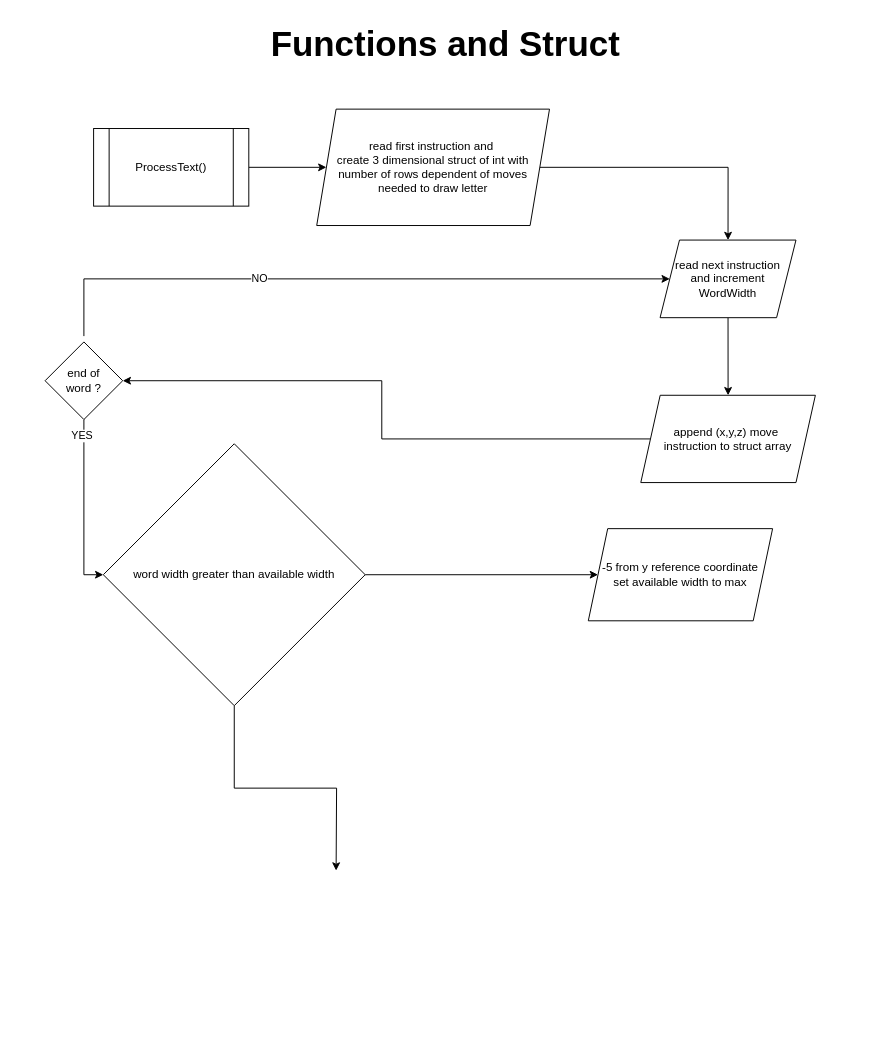
hanifadelekan/TextRobotPlanning keeps this draw.io diagram as page "Page-2" (2 of 3) of TextRobotFlowchart.drawio. Above is the earlier version. Source tidied: cells renumbered, new cells numbered last; positions are measured from the earlier drawing's top-left corner, leaving out a move shared by most shapes. Both pictures are drawn from the tidied source at 97%, with x=0, y=0 at pixel (45, 16).
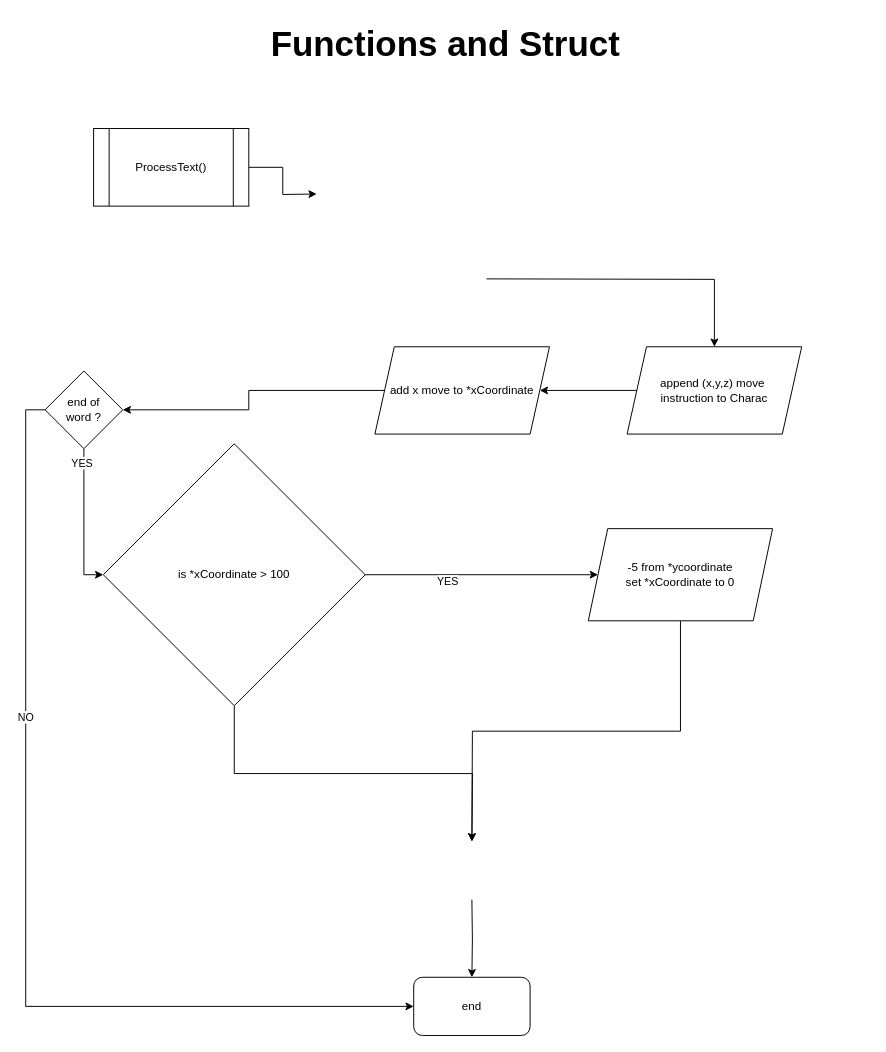
After the change.

Unchanged cells that the change refers to:
```xml
<mxCell id="3" value="ProcessText()" style="shape=process;whiteSpace=wrap;html=1;backgroundOutline=1;" parent="1" vertex="1">
  <mxGeometry x="50" y="115" width="160" height="80" as="geometry" />
</mxCell>
<mxCell id="15" style="edgeStyle=orthogonalEdgeStyle;rounded=0;jettySize=auto;html=1;exitX=1;exitY=0.5;exitDx=0;exitDy=0;" parent="1" edge="1" source="17" target="18">
  <mxGeometry relative="1" as="geometry" />
</mxCell>
```

Change to the diagram source:
```diff
@@
-    <mxCell id="2" style="edgeStyle=orthogonalEdgeStyle;rounded=0;jettySize=auto;html=1;exitX=1;exitY=0.5;exitDx=0;exitDy=0;entryX=0;entryY=0.5;entryDx=0;entryDy=0;" parent="1" edge="1" source="3" target="5">
-      <mxGeometry relative="1" as="geometry" />
+    <mxCell id="2" style="edgeStyle=orthogonalEdgeStyle;rounded=0;jettySize=auto;html=1;exitX=1;exitY=0.5;exitDx=0;exitDy=0;entryX=0;entryY=0.5;entryDx=0;entryDy=0;" parent="1" edge="1" source="3">
+      <mxGeometry relative="1" as="geometry">
+        <mxPoint x="280" y="182.5" as="targetPoint" />
+      </mxGeometry>
     </mxCell>
@@
-    <mxCell id="4" style="edgeStyle=orthogonalEdgeStyle;rounded=0;jettySize=auto;html=1;exitX=1;exitY=0.5;exitDx=0;exitDy=0;entryX=0.5;entryY=0;entryDx=0;entryDy=0;" parent="1" edge="1" source="5" target="7">
-      <mxGeometry relative="1" as="geometry" />
-    </mxCell>
-    <mxCell id="5" value="read first instruction and&amp;nbsp;&lt;div&gt;create 3 dimensional struct of int with number of rows dependent of moves needed to draw letter&lt;/div&gt;" style="shape=parallelogram;perimeter=parallelogramPerimeter;whiteSpace=wrap;html=1;fixedSize=1;" parent="1" vertex="1">
-      <mxGeometry x="280" y="95" width="240" height="120" as="geometry" />
-    </mxCell>
-    <mxCell id="6" style="edgeStyle=orthogonalEdgeStyle;rounded=0;jettySize=auto;html=1;exitX=0.5;exitY=1;exitDx=0;exitDy=0;entryX=0.5;entryY=0;entryDx=0;entryDy=0;" parent="1" edge="1" source="7" target="14">
-      <mxGeometry relative="1" as="geometry" />
-    </mxCell>
-    <mxCell id="7" value="read next instruction&lt;div&gt;and increment WordWidth&lt;/div&gt;" style="shape=parallelogram;perimeter=parallelogramPerimeter;whiteSpace=wrap;html=1;fixedSize=1;" parent="1" vertex="1">
-      <mxGeometry x="634" y="230" width="140.1" height="80" as="geometry" />
-    </mxCell>
-    <mxCell id="8" style="edgeStyle=orthogonalEdgeStyle;rounded=0;jettySize=auto;html=1;exitX=0.5;exitY=-0.075;exitDx=0;exitDy=0;entryX=0;entryY=0.5;entryDx=0;entryDy=0;exitPerimeter=0;" parent="1" edge="1" source="12" target="7">
-      <mxGeometry relative="1" as="geometry">
-        <Array as="points">
-          <mxPoint x="40" y="270" />
-        </Array>
-      </mxGeometry>
-    </mxCell>
-    <mxCell id="9" value="NO" style="edgeLabel;html=1;align=center;verticalAlign=middle;" parent="8" vertex="1">
-      <mxGeometry x="-0.28" y="1" relative="1" as="geometry" />
-    </mxCell>
+    <mxCell id="20" style="edgeStyle=orthogonalEdgeStyle;rounded=0;jettySize=auto;html=1;exitX=0.5;exitY=1;exitDx=0;exitDy=0;" parent="1" edge="1" target="14">
+      <mxGeometry relative="1" as="geometry">
+        <mxPoint x="455" y="270" as="sourcePoint" />
+      </mxGeometry>
+    </mxCell>
@@
+    <mxCell id="21" style="edgeStyle=orthogonalEdgeStyle;rounded=0;jettySize=auto;html=1;exitX=0;exitY=0.5;exitDx=0;exitDy=0;entryX=0;entryY=0.5;entryDx=0;entryDy=0;" parent="1" edge="1" source="12" target="26">
+      <mxGeometry relative="1" as="geometry" />
+    </mxCell>
+    <mxCell id="9" value="NO" style="edgeLabel;html=1;align=center;verticalAlign=middle;" parent="21" vertex="1">
+      <mxGeometry x="-0.35" y="-1" relative="1" as="geometry" />
+    </mxCell>
     <mxCell id="12" value="end of&lt;div&gt;word ?&lt;/div&gt;" style="rhombus;whiteSpace=wrap;html=1;" parent="1" vertex="1">
-      <mxGeometry y="335" width="80" height="80" as="geometry" />
+      <mxGeometry y="365" width="80" height="80" as="geometry" />
     </mxCell>
-    <mxCell id="13" style="edgeStyle=orthogonalEdgeStyle;rounded=0;jettySize=auto;html=1;exitX=0;exitY=0.5;exitDx=0;exitDy=0;entryX=1;entryY=0.5;entryDx=0;entryDy=0;" parent="1" edge="1" source="14" target="12">
+    <mxCell id="13" style="edgeStyle=orthogonalEdgeStyle;rounded=0;jettySize=auto;html=1;entryX=1;entryY=0.5;entryDx=0;entryDy=0;exitX=0;exitY=0.5;exitDx=0;exitDy=0;" parent="1" edge="1" source="27" target="12">
       <mxGeometry relative="1" as="geometry" />
     </mxCell>
+    <mxCell id="22" style="edgeStyle=orthogonalEdgeStyle;rounded=0;jettySize=auto;html=1;" parent="1" edge="1" source="14" target="27">
+      <mxGeometry relative="1" as="geometry" />
+    </mxCell>
-    <mxCell id="14" value="append (x,y,z) move&amp;nbsp;&lt;div&gt;instruction to struct array&lt;/div&gt;" style="shape=parallelogram;perimeter=parallelogramPerimeter;whiteSpace=wrap;html=1;fixedSize=1;" parent="1" vertex="1">
-      <mxGeometry x="614.1" y="390" width="180" height="90" as="geometry" />
+    <mxCell id="14" value="append (x,y,z) move&amp;nbsp;&lt;div&gt;instruction to Charac&lt;/div&gt;" style="shape=parallelogram;perimeter=parallelogramPerimeter;whiteSpace=wrap;html=1;fixedSize=1;" parent="1" vertex="1">
+      <mxGeometry x="600" y="340" width="180" height="90" as="geometry" />
     </mxCell>
@@
+    <mxCell id="23" value="YES" style="edgeLabel;html=1;align=center;verticalAlign=middle;" parent="15" vertex="1">
+      <mxGeometry x="-0.3" y="-6" relative="1" as="geometry" />
+    </mxCell>
-    <mxCell id="16" style="edgeStyle=orthogonalEdgeStyle;rounded=0;jettySize=auto;html=1;exitX=0.5;exitY=1;exitDx=0;exitDy=0;" parent="1" edge="1" source="17">
+    <mxCell id="16" style="edgeStyle=orthogonalEdgeStyle;rounded=0;jettySize=auto;html=1;exitX=0.5;exitY=1;exitDx=0;exitDy=0;entryX=0.5;entryY=0;entryDx=0;entryDy=0;" parent="1" edge="1" source="17">
       <mxGeometry relative="1" as="geometry">
-        <mxPoint x="300" y="880" as="targetPoint" />
+        <mxPoint x="440" y="850" as="targetPoint" />
       </mxGeometry>
     </mxCell>
-    <mxCell id="17" value="word width greater than available width" style="rhombus;whiteSpace=wrap;html=1;" parent="1" vertex="1">
+    <mxCell id="17" value="is *xCoordinate &amp;gt; 100" style="rhombus;whiteSpace=wrap;html=1;" parent="1" vertex="1">
       <mxGeometry x="60" y="440" width="270" height="270" as="geometry" />
     </mxCell>
+    <mxCell id="24" style="edgeStyle=orthogonalEdgeStyle;rounded=0;jettySize=auto;html=1;exitX=0.5;exitY=1;exitDx=0;exitDy=0;entryX=0.5;entryY=0;entryDx=0;entryDy=0;" parent="1" edge="1" source="18">
+      <mxGeometry relative="1" as="geometry">
+        <mxPoint x="440" y="850" as="targetPoint" />
+      </mxGeometry>
+    </mxCell>
-    <mxCell id="18" value="-5 from y reference coordinate&lt;div&gt;set available width to max&lt;/div&gt;" style="shape=parallelogram;perimeter=parallelogramPerimeter;whiteSpace=wrap;html=1;fixedSize=1;" parent="1" vertex="1">
+    <mxCell id="18" value="-5 from *ycoordinate&lt;div&gt;set *xCoordinate to 0&lt;/div&gt;" style="shape=parallelogram;perimeter=parallelogramPerimeter;whiteSpace=wrap;html=1;fixedSize=1;" parent="1" vertex="1">
       <mxGeometry x="560" y="527.5" width="190" height="95" as="geometry" />
     </mxCell>
@@
+    <mxCell id="25" style="edgeStyle=orthogonalEdgeStyle;rounded=0;jettySize=auto;html=1;" parent="1" edge="1" target="26">
+      <mxGeometry relative="1" as="geometry">
+        <mxPoint x="440" y="910" as="sourcePoint" />
+      </mxGeometry>
+    </mxCell>
+    <mxCell id="26" value="end" style="rounded=1;whiteSpace=wrap;html=1;" parent="1" vertex="1">
+      <mxGeometry x="380" y="990" width="120" height="60" as="geometry" />
+    </mxCell>
+    <mxCell id="27" value="add x move to *xCoordinate" style="shape=parallelogram;perimeter=parallelogramPerimeter;whiteSpace=wrap;html=1;fixedSize=1;" parent="1" vertex="1">
+      <mxGeometry x="340" y="340" width="180" height="90" as="geometry" />
+    </mxCell>
```
